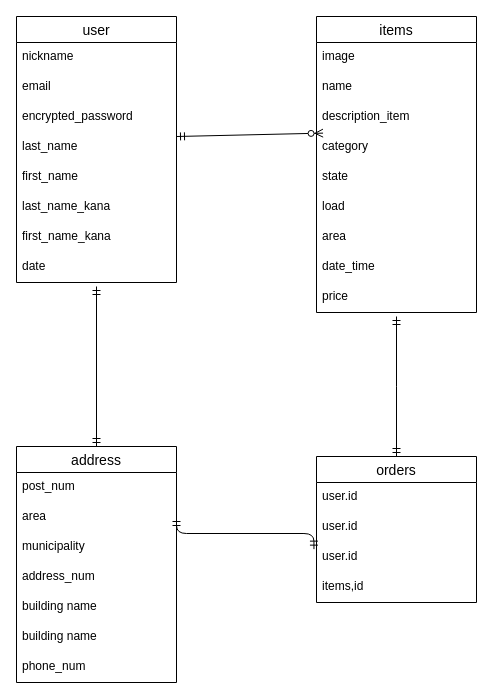
yudai1019/furima-38170 keeps this draw.io diagram as furima.dio. Above is the earlier version. Source tidied: cells renumbered, new cells numbered last; positions are measured from the earlier drawing's top-left corner, leaving out a move shared by most shapes. Both pictures are drawn from the tidied source at 100%, with x=0, y=0 at pixel (16, 16).
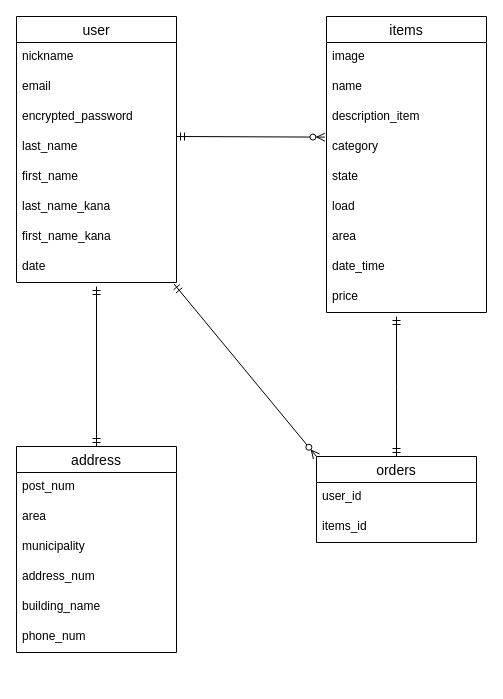
Above is the later version.

Commit message (it also covers changes not shown here):
データベース設計

Unchanged cells that the change refers to:
```xml
<mxCell id="10" value="date" style="text;strokeColor=none;fillColor=none;spacingLeft=4;spacingRight=4;overflow=hidden;points=[[0,0.5],[1,0.5]];portConstraint=eastwest;fontSize=12;" parent="2" vertex="1">
  <mxGeometry y="236" width="160" height="30" as="geometry" />
</mxCell>
<mxCell id="19" value="description_item" style="text;strokeColor=none;fillColor=none;spacingLeft=4;spacingRight=4;overflow=hidden;points=[[0,0.5],[1,0.5]];portConstraint=eastwest;fontSize=12;" parent="16" vertex="1">
  <mxGeometry y="86" width="160" height="30" as="geometry" />
</mxCell>
<mxCell id="20" value="category&#10;" style="text;strokeColor=none;fillColor=none;spacingLeft=4;spacingRight=4;overflow=hidden;points=[[0,0.5],[1,0.5]];portConstraint=eastwest;fontSize=12;" parent="16" vertex="1">
  <mxGeometry y="116" width="160" height="30" as="geometry" />
</mxCell>
<mxCell id="28" value="area" style="text;strokeColor=none;fillColor=none;spacingLeft=4;spacingRight=4;overflow=hidden;points=[[0,0.5],[1,0.5]];portConstraint=eastwest;fontSize=12;" parent="26" vertex="1">
  <mxGeometry y="56" width="160" height="30" as="geometry" />
</mxCell>
```

Change to the diagram source:
```diff
@@
     <mxCell id="11" value="orders" style="swimlane;fontStyle=0;horizontal=1;startSize=26;align=center;fontSize=14;" parent="1" vertex="1">
-      <mxGeometry x="300" y="440" width="160" height="146" as="geometry" />
+      <mxGeometry x="300" y="440" width="160" height="86" as="geometry" />
     </mxCell>
-    <mxCell id="12" value="user.id" style="text;strokeColor=none;fillColor=none;spacingLeft=4;spacingRight=4;overflow=hidden;fontSize=12;" parent="11" vertex="1">
+    <mxCell id="12" value="user_id" style="text;strokeColor=none;fillColor=none;spacingLeft=4;spacingRight=4;overflow=hidden;fontSize=12;" parent="11" vertex="1">
       <mxGeometry y="26" width="160" height="30" as="geometry" />
     </mxCell>
-    <mxCell id="13" value="user.id" style="text;strokeColor=none;fillColor=none;spacingLeft=4;spacingRight=4;overflow=hidden;fontSize=12;" parent="11" vertex="1">
-      <mxGeometry y="56" width="160" height="30" as="geometry" />
-    </mxCell>
-    <mxCell id="14" value="user.id" style="text;strokeColor=none;fillColor=none;spacingLeft=4;spacingRight=4;overflow=hidden;points=[[0,0.5],[1,0.5]];portConstraint=eastwest;fontSize=12;" parent="11" vertex="1">
-      <mxGeometry y="86" width="160" height="30" as="geometry" />
-    </mxCell>
-    <mxCell id="15" value="items,id" style="text;strokeColor=none;fillColor=none;spacingLeft=4;spacingRight=4;overflow=hidden;fontSize=12;" parent="11" vertex="1">
-      <mxGeometry y="116" width="160" height="30" as="geometry" />
+    <mxCell id="15" value="items_id" style="text;strokeColor=none;fillColor=none;spacingLeft=4;spacingRight=4;overflow=hidden;fontSize=12;" parent="11" vertex="1">
+      <mxGeometry y="56" width="160" height="30" as="geometry" />
     </mxCell>
     <mxCell id="16" value="items" style="swimlane;fontStyle=0;horizontal=1;startSize=26;align=center;fontSize=14;" parent="1" vertex="1">
-      <mxGeometry x="300" width="160" height="296" as="geometry" />
+      <mxGeometry x="310" width="160" height="296" as="geometry" />
     </mxCell>
@@
     <mxCell id="26" value="address" style="swimlane;fontStyle=0;horizontal=1;startSize=26;align=center;fontSize=14;" parent="1" vertex="1">
-      <mxGeometry y="430" width="160" height="236" as="geometry" />
+      <mxGeometry y="430" width="160" height="206" as="geometry" />
     </mxCell>
@@
-    <mxCell id="31" value="building name" style="text;strokeColor=none;fillColor=none;spacingLeft=4;spacingRight=4;overflow=hidden;fontSize=12;" parent="26" vertex="1">
+    <mxCell id="31" value="building_name" style="text;strokeColor=none;fillColor=none;spacingLeft=4;spacingRight=4;overflow=hidden;fontSize=12;" parent="26" vertex="1">
       <mxGeometry y="146" width="160" height="30" as="geometry" />
     </mxCell>
-    <mxCell id="32" value="building name" style="text;strokeColor=none;fillColor=none;spacingLeft=4;spacingRight=4;overflow=hidden;fontSize=12;" parent="26" vertex="1">
-      <mxGeometry y="176" width="160" height="30" as="geometry" />
-    </mxCell>
     <mxCell id="33" value="phone_num" style="text;strokeColor=none;fillColor=none;spacingLeft=4;spacingRight=4;overflow=hidden;fontSize=12;" parent="26" vertex="1">
-      <mxGeometry y="206" width="160" height="30" as="geometry" />
+      <mxGeometry y="176" width="160" height="30" as="geometry" />
     </mxCell>
@@
-    <mxCell id="36" style="fontSize=12;html=1;endArrow=ERmandOne;startArrow=ERmandOne;exitX=1;exitY=0.5;exitDx=0;exitDy=0;entryX=-0.016;entryY=0.221;entryDx=0;entryDy=0;entryPerimeter=0;edgeStyle=elbowEdgeStyle;elbow=vertical;" parent="1" edge="1" source="28" target="14">
-      <mxGeometry relative="1" as="geometry" />
-    </mxCell>
-    <mxCell id="37" style="fontSize=12;html=1;endArrow=ERzeroToMany;startArrow=ERmandOne;rounded=1;labelBackgroundColor=default;fontFamily=Helvetica;fontColor=default;strokeColor=default;shape=connector;entryX=0.041;entryY=1.021;entryDx=0;entryDy=0;entryPerimeter=0;" parent="1" edge="1" target="19">
+    <mxCell id="37" style="fontSize=12;html=1;endArrow=ERzeroToMany;startArrow=ERmandOne;rounded=1;labelBackgroundColor=default;fontFamily=Helvetica;fontColor=default;strokeColor=default;shape=connector;entryX=-0.01;entryY=0.154;entryDx=0;entryDy=0;entryPerimeter=0;" parent="1" edge="1" target="20">
       <mxGeometry relative="1" as="geometry">
         <mxPoint x="160" y="120" as="sourcePoint" />
       </mxGeometry>
     </mxCell>
+    <mxCell id="38" style="fontSize=12;html=1;endArrow=ERzeroToMany;startArrow=ERmandOne;rounded=1;labelBackgroundColor=default;fontFamily=Helvetica;fontColor=default;strokeColor=default;shape=connector;entryX=0;entryY=0;entryDx=0;entryDy=0;exitX=0.985;exitY=1.054;exitDx=0;exitDy=0;exitPerimeter=0;" parent="1" edge="1" source="10" target="11">
+      <mxGeometry relative="1" as="geometry" />
+    </mxCell>
```
